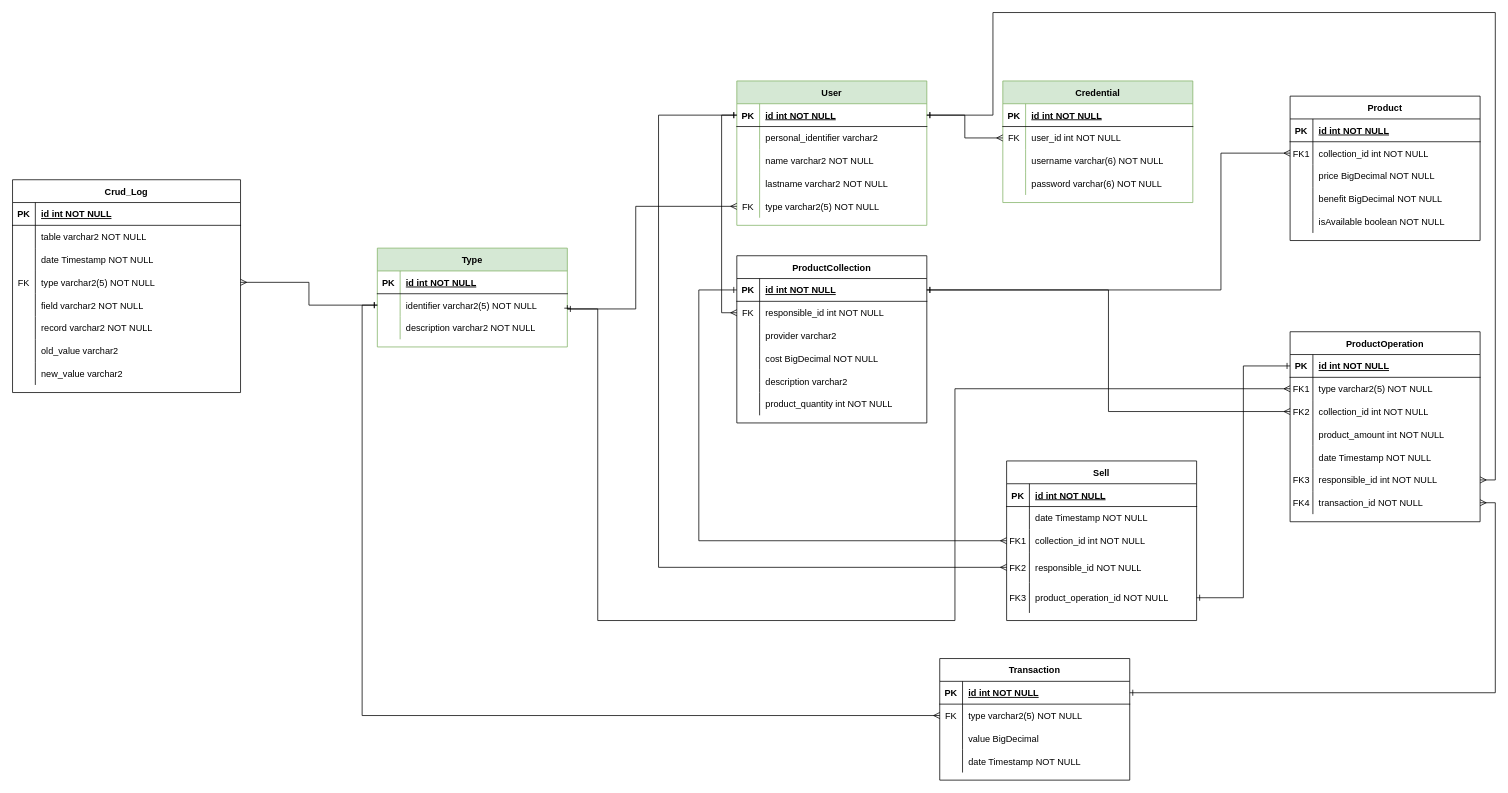
The draw.io diagram database/diagram1.0.drawio in NM4TT/Octoger, before the edit. Source tidied: cells renumbered, new cells numbered last; positions are measured from the earlier drawing's top-left corner, leaving out a move shared by most shapes. Both pictures are drawn from the tidied source at 76%, with x=0, y=0 at pixel (12, 12).
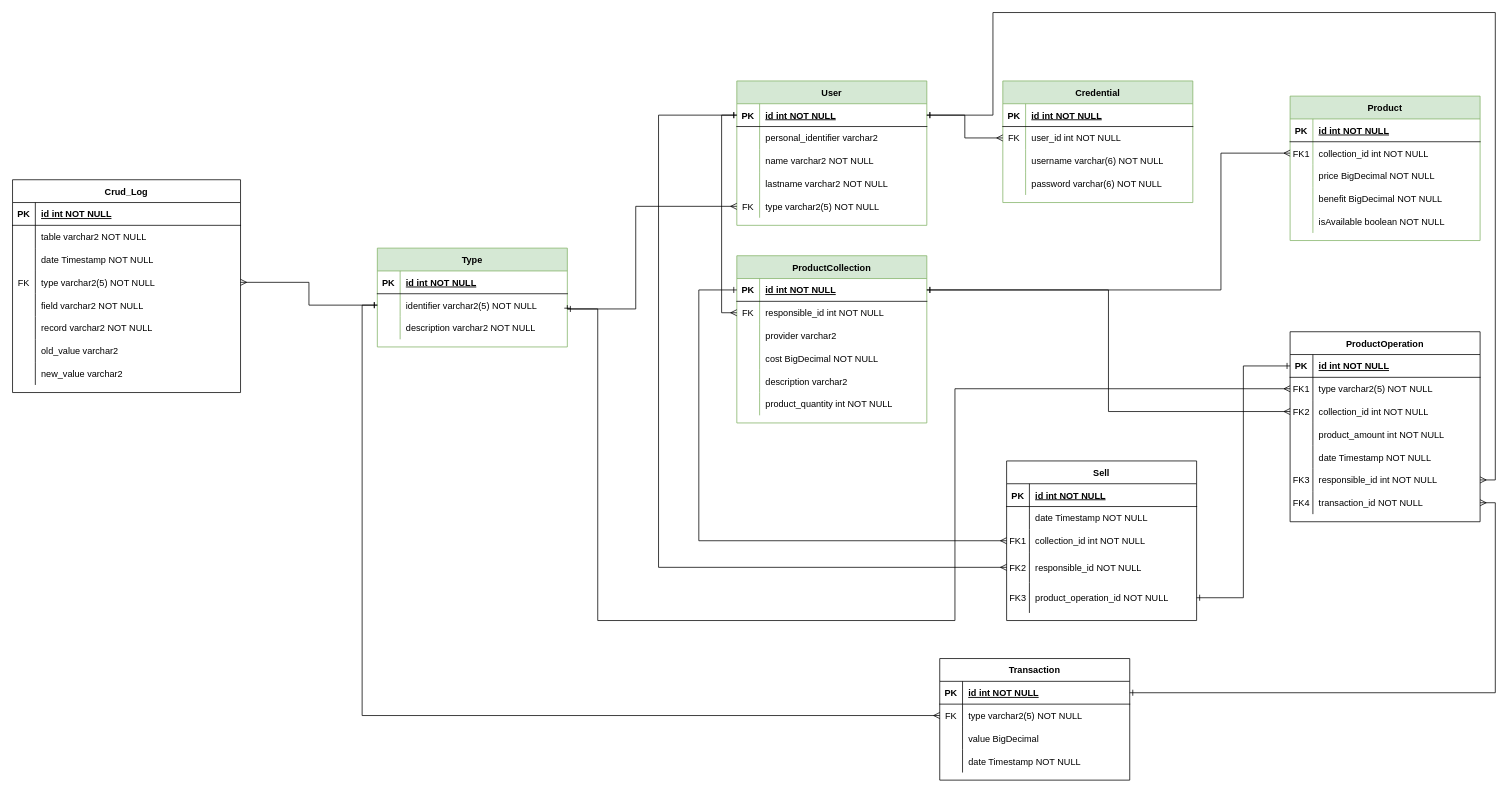
The same page after the edit.

Commit message:
Entidades de Product y ProductCollection marcadas de verde

The edit, as a diff of the source:
```diff
@@
-    <mxCell id="2" value="Product" style="shape=table;startSize=30;childLayout=tableLayout;rowLines=0;fontStyle=1;align=center;" parent="1" vertex="1">
+    <mxCell id="2" value="Product" style="shape=table;startSize=30;childLayout=tableLayout;rowLines=0;fontStyle=1;align=center;fillColor=#d5e8d4;strokeColor=#82b366;" parent="1" vertex="1">
       <mxGeometry x="1681" y="110" width="250" height="190" as="geometry" />
     </mxCell>
@@
-    <mxCell id="77" value="ProductCollection" style="shape=table;startSize=30;childLayout=tableLayout;rowLines=0;fontStyle=1;align=center;" parent="1" vertex="1">
+    <mxCell id="77" value="ProductCollection" style="shape=table;startSize=30;childLayout=tableLayout;rowLines=0;fontStyle=1;align=center;fillColor=#d5e8d4;strokeColor=#82b366;" parent="1" vertex="1">
       <mxGeometry x="953" y="320" width="250" height="220" as="geometry" />
     </mxCell>
```
